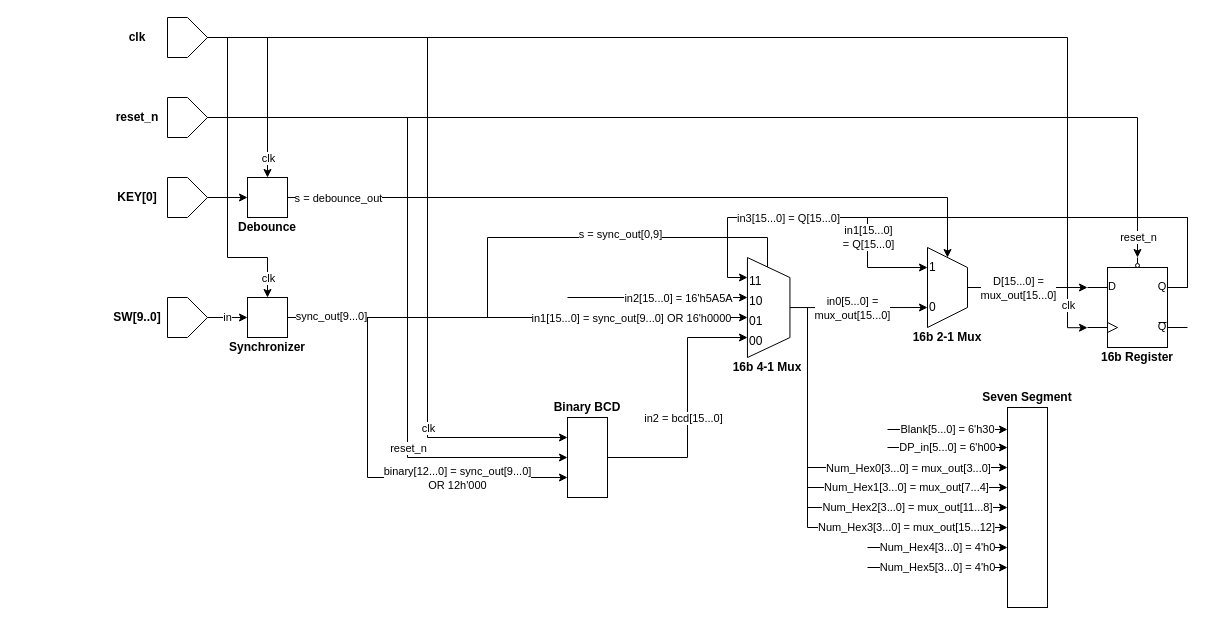
The draw.io diagram Lab 2 Top Level Diagram.drawio in Sebastien-B/enel453Project, before the edit. Source tidied: cells renumbered, new cells numbered last; positions are measured from the earlier drawing's top-left corner, leaving out a move shared by most shapes. Both pictures are drawn from the tidied source at 100%, with x=0, y=0 at pixel (17, 17).
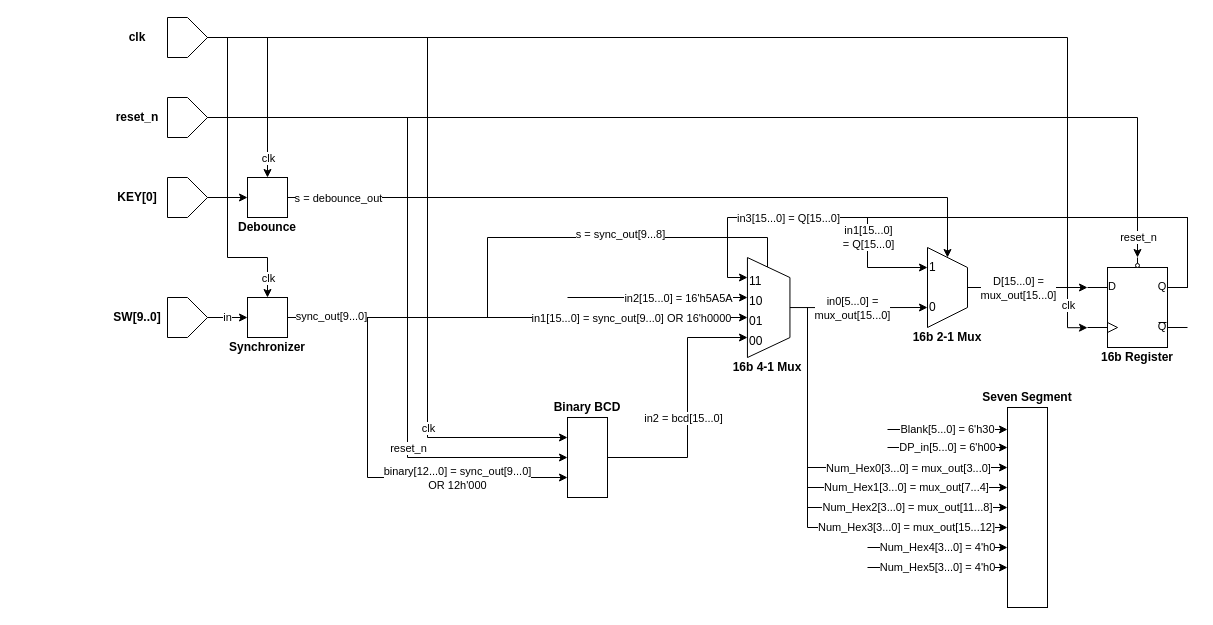
After the change.

Commit message:
Update Lab 2 Top Level Diagram.drawio to use correct input for 4-1 mux select

Unchanged cells that the change refers to:
```xml
<mxCell id="28" style="edgeStyle=orthogonalEdgeStyle;rounded=0;jettySize=auto;html=1;exitX=1;exitY=0.5;exitDx=0;exitDy=0;entryX=0;entryY=0.5;entryDx=0;entryDy=0;" parent="1" edge="1" source="7" target="32">
  <mxGeometry relative="1" as="geometry">
    <Array as="points">
      <mxPoint x="470" y="300" />
      <mxPoint x="470" y="220" />
      <mxPoint x="750" y="220" />
      <mxPoint x="750" y="250" />
    </Array>
  </mxGeometry>
</mxCell>
```

The edit, as a diff of the source:
```diff
@@
-    <mxCell id="29" value="s = sync_out[0,9]" style="edgeLabel;html=1;align=center;verticalAlign=middle;" parent="28" vertex="1">
+    <mxCell id="29" value="s = sync_out[9...8]" style="edgeLabel;html=1;align=center;verticalAlign=middle;" parent="28" vertex="1">
       <mxGeometry x="0.19" relative="1" as="geometry">
         <mxPoint x="60" y="-4" as="offset" />
       </mxGeometry>
     </mxCell>
```
